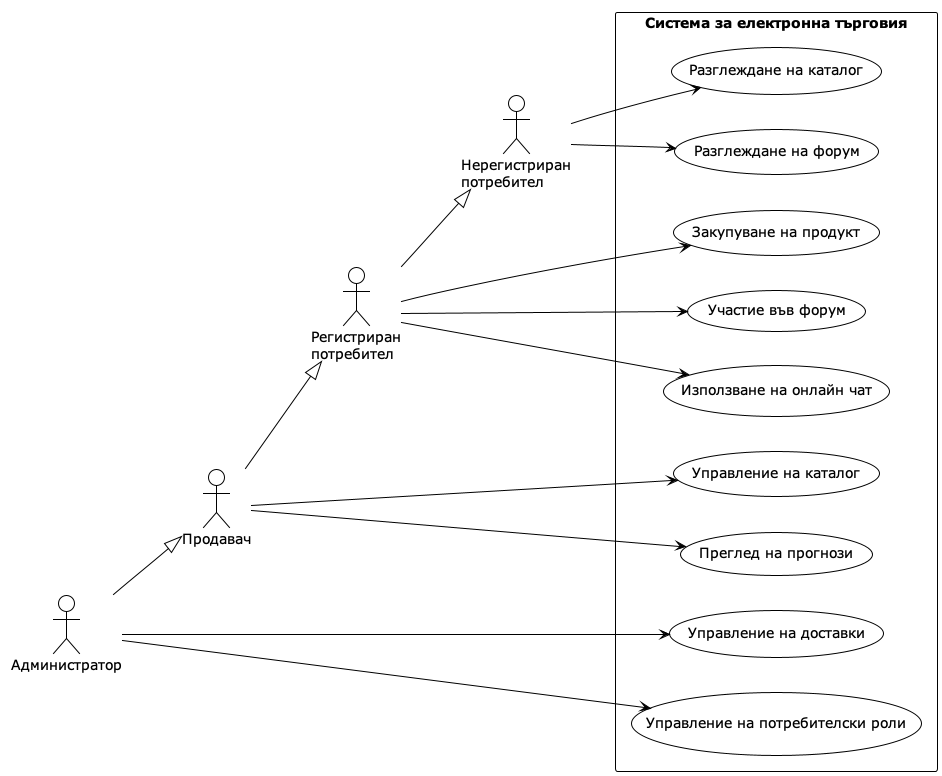
Kras13/AutoParts_ShopAndForum keeps this PlantUML diagram as Diagrams/out/5.System design/MainUseCase/MainUseCase.png. Above is the earlier version. The source it was exported from:
```plantuml
@startuml
!theme plain
left to right direction
skinparam packageStyle rectangle

actor "Нерегистриран\nпотребител" as Anonymous
actor "Регистриран\nпотребител" as User
actor "Продавач" as Seller
actor "Администратор" as Admin

rectangle "Система за електронна търговия" {
    usecase "Разглеждане на каталог" as UC1
    usecase "Разглеждане на форум" as UC2
    usecase "Закупуване на продукт" as UC3
    usecase "Участие във форум" as UC4
    usecase "Използване на онлайн чат" as UC5
    usecase "Управление на каталог" as UC6
    usecase "Преглед на прогнози" as UC7
    usecase "Управление на доставки" as UC8
    usecase "Управление на потребителски роли" as UC9
}

Anonymous --> UC1
Anonymous --> UC2

User --|> Anonymous
User --> UC3
User --> UC4
User --> UC5

Seller --|> User
Seller --> UC6
Seller --> UC7

Admin --|> Seller
Admin --> UC8
Admin --> UC9
@enduml
```
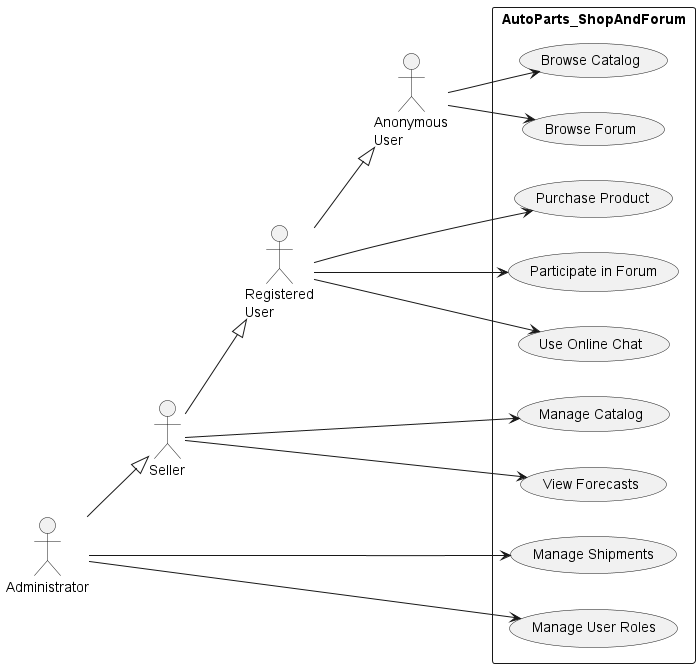
After the change.

Diff of the diagram source:
```diff
@@ -1,23 +1,22 @@
-@startuml
-!theme plain
+@startuml MainUseCase
 left to right direction
 skinparam packageStyle rectangle
 
-actor "Нерегистриран\nпотребител" as Anonymous
-actor "Регистриран\nпотребител" as User
-actor "Продавач" as Seller
-actor "Администратор" as Admin
+actor "Anonymous\nUser" as Anonymous
+actor "Registered\nUser" as User
+actor "Seller" as Seller
+actor "Administrator" as Admin
 
-rectangle "Система за електронна търговия" {
-    usecase "Разглеждане на каталог" as UC1
-    usecase "Разглеждане на форум" as UC2
-    usecase "Закупуване на продукт" as UC3
-    usecase "Участие във форум" as UC4
-    usecase "Използване на онлайн чат" as UC5
-    usecase "Управление на каталог" as UC6
-    usecase "Преглед на прогнози" as UC7
-    usecase "Управление на доставки" as UC8
-    usecase "Управление на потребителски роли" as UC9
+rectangle "AutoParts_ShopAndForum" {
+    usecase "Browse Catalog" as UC1
+    usecase "Browse Forum" as UC2
+    usecase "Purchase Product" as UC3
+    usecase "Participate in Forum" as UC4
+    usecase "Use Online Chat" as UC5
+    usecase "Manage Catalog" as UC6
+    usecase "View Forecasts" as UC7
+    usecase "Manage Shipments" as UC8
+    usecase "Manage User Roles" as UC9
 }
 
 Anonymous --> UC1
```
